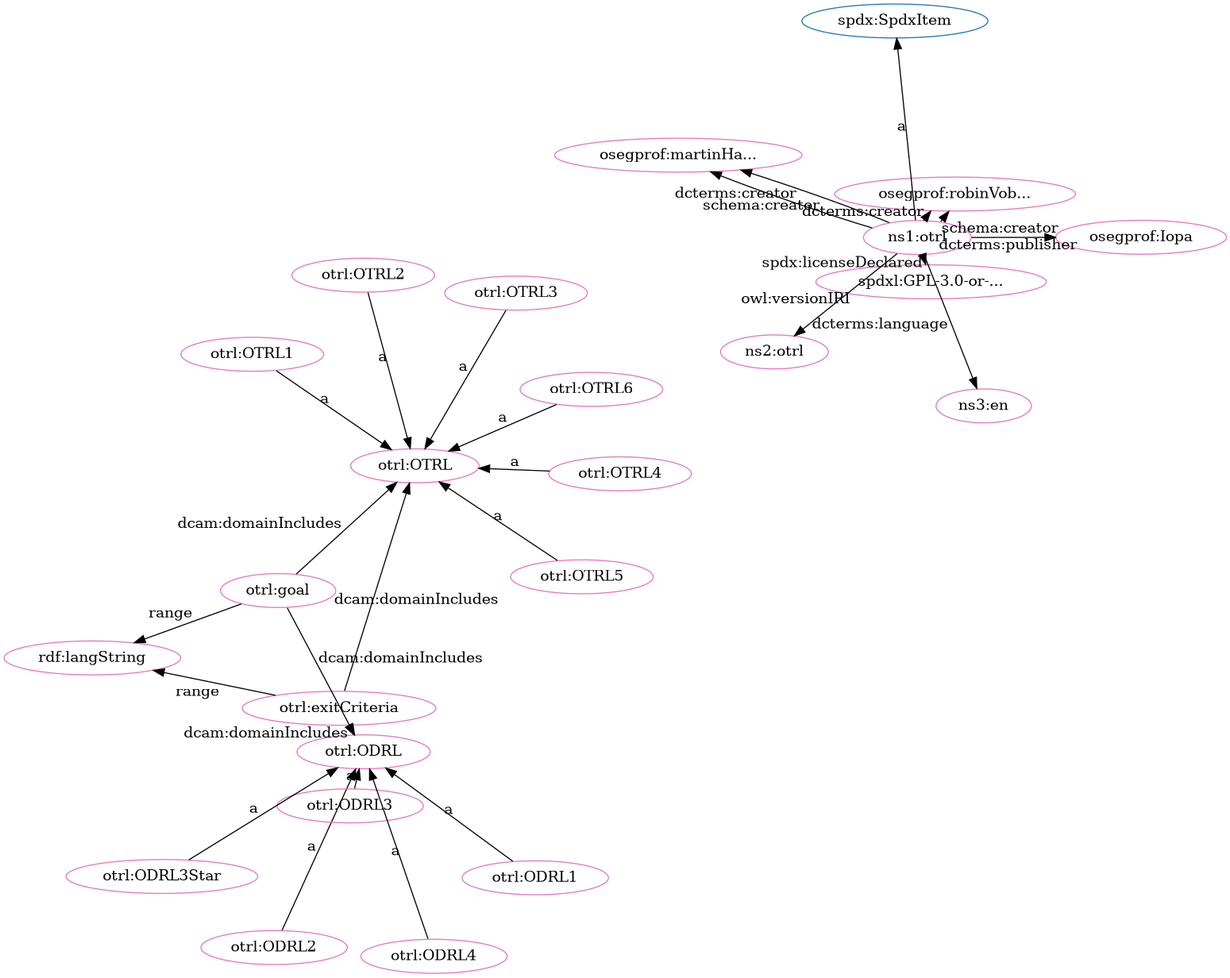
iop-alliance/OpenKnowHow keeps this Graphviz diagram as src/spec/dot_otrl-clean.png. Above is the earlier version. Its source is kept beside it as src/spec/dot_otrl-clean.dot.
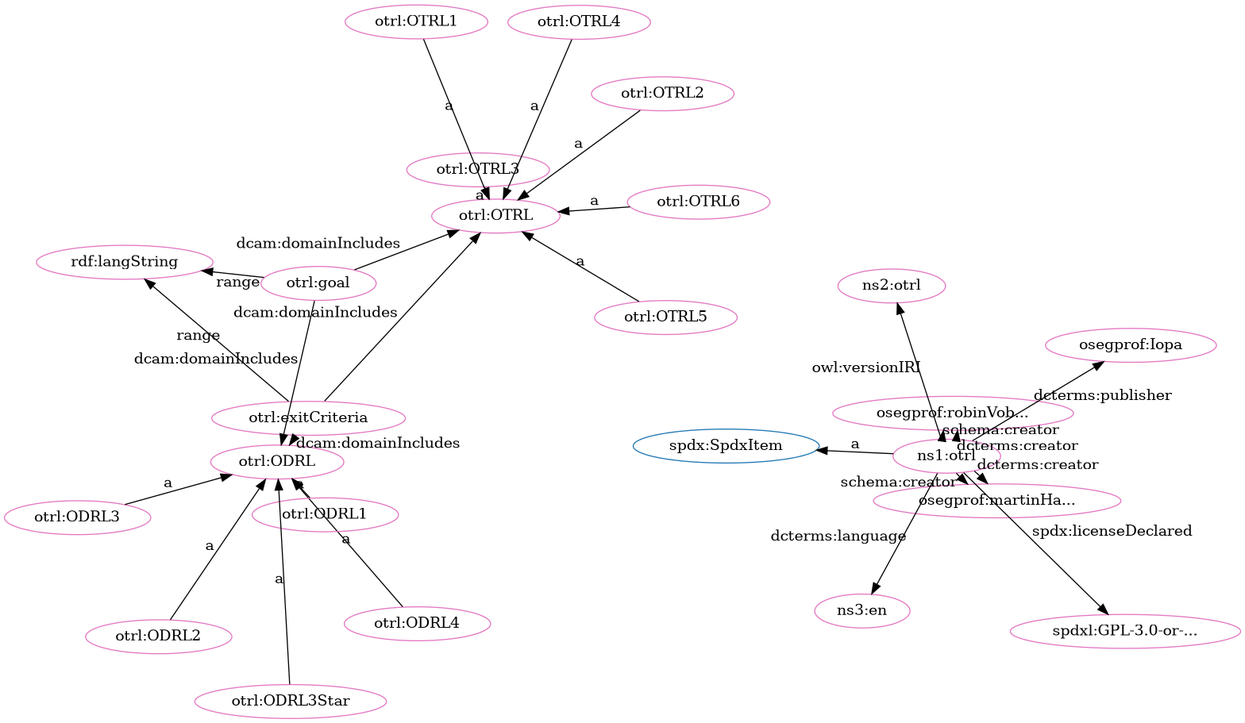
Later version of the same file.

Diff of the diagram source:
```diff
@@ -1,56 +1,56 @@
 digraph G {
   rankdir=BT
   node[height=.3]
-"http://spdx.org/rdf/terms#SpdxItem" [fillcolor="#1f77b4" color="#1f77b4" label="spdx:SpdxItem"]
 "http://w3id.org/oseg/ont/otrl#ODRL" [fillcolor="#1f77b4" color="#1f77b4" label="otrl:ODRL"]
 "http://w3id.org/oseg/ont/otrl#OTRL" [fillcolor="#1f77b4" color="#1f77b4" label="otrl:OTRL"]
+"http://spdx.org/rdf/terms#SpdxItem" [fillcolor="#1f77b4" color="#1f77b4" label="spdx:SpdxItem"]
+"http://w3id.org/oseg/ont/otrl#exitCriteria" [fillcolor="#e377c2" color="#e377c2" label="otrl:exitCriteria"]
+"http://w3id.org/oseg/ont/oseg-profiles#Iopa" [fillcolor="#e377c2" color="#e377c2" label="osegprof:Iopa"]
+"http://w3id.org/oseg/ont/oseg-profiles#martinHaeuer" [fillcolor="#e377c2" color="#e377c2" label="osegprof:martinHa..."]
+"http://w3id.org/oseg/ont/otrl#OTRL3" [fillcolor="#e377c2" color="#e377c2" label="otrl:OTRL3"]
 "http://w3id.org/oseg/ont/oseg-profiles#robinVobruba" [fillcolor="#e377c2" color="#e377c2" label="osegprof:robinVob..."]
+"http://w3id.org/oseg/ont/otrl#ODRL3" [fillcolor="#e377c2" color="#e377c2" label="otrl:ODRL3"]
+"http://www.w3.org/1999/02/22-rdf-syntax-ns#langString" [fillcolor="#e377c2" color="#e377c2" label="rdf:langString"]
+"http://w3id.org/oseg/ont/otrl#ODRL" [fillcolor="#e377c2" color="#e377c2" label="otrl:ODRL"]
 "http://w3id.org/oseg/ont/otrl#ODRL2" [fillcolor="#e377c2" color="#e377c2" label="otrl:ODRL2"]
-"http://w3id.org/oseg/ont/otrl#OTRL1" [fillcolor="#e377c2" color="#e377c2" label="otrl:OTRL1"]
-"http://w3id.org/oseg/ont/otrl#exitCriteria" [fillcolor="#e377c2" color="#e377c2" label="otrl:exitCriteria"]
-"http://w3id.org/oseg/ont/otrl#OTRL2" [fillcolor="#e377c2" color="#e377c2" label="otrl:OTRL2"]
-"http://spdx.org/licenses/GPL-3.0-or-later" [fillcolor="#e377c2" color="#e377c2" label="spdxl:GPL-3.0-or-..."]
-"http://w3id.org/oseg/ont/otrl#OTRL" [fillcolor="#e377c2" color="#e377c2" label="otrl:OTRL"]
-"http://w3id.org/oseg/ont/otrl#ODRL" [fillcolor="#e377c2" color="#e377c2" label="otrl:ODRL"]
-"http://w3id.org/oseg/ont/oseg-profiles#martinHaeuer" [fillcolor="#e377c2" color="#e377c2" label="osegprof:martinHa..."]
-"http://w3id.org/oseg/ont/otrl#goal" [fillcolor="#e377c2" color="#e377c2" label="otrl:goal"]
-"http://w3id.org/oseg/ont/otrl#OTRL4" [fillcolor="#e377c2" color="#e377c2" label="otrl:OTRL4"]
-"http://w3id.org/oseg/ont/oseg-profiles#Iopa" [fillcolor="#e377c2" color="#e377c2" label="osegprof:Iopa"]
-"http://w3id.org/oseg/ont/otrl#ODRL3" [fillcolor="#e377c2" color="#e377c2" label="otrl:ODRL3"]
 "http://w3id.org/oseg/ont/otrl" [fillcolor="#e377c2" color="#e377c2" label="ns1:otrl"]
 "http://w3id.org/oseg/ont/1.1.0/otrl" [fillcolor="#e377c2" color="#e377c2" label="ns2:otrl"]
+"http://w3id.org/oseg/ont/otrl#ODRL4" [fillcolor="#e377c2" color="#e377c2" label="otrl:ODRL4"]
+"http://w3id.org/oseg/ont/otrl#ODRL1" [fillcolor="#e377c2" color="#e377c2" label="otrl:ODRL1"]
+"http://w3id.org/oseg/ont/otrl#goal" [fillcolor="#e377c2" color="#e377c2" label="otrl:goal"]
+"http://id.loc.gov/vocabulary/iso639-1/en" [fillcolor="#e377c2" color="#e377c2" label="ns3:en"]
+"http://w3id.org/oseg/ont/otrl#ODRL3Star" [fillcolor="#e377c2" color="#e377c2" label="otrl:ODRL3Star"]
+"http://w3id.org/oseg/ont/otrl#OTRL" [fillcolor="#e377c2" color="#e377c2" label="otrl:OTRL"]
+"http://w3id.org/oseg/ont/otrl#OTRL1" [fillcolor="#e377c2" color="#e377c2" label="otrl:OTRL1"]
+"http://spdx.org/licenses/GPL-3.0-or-later" [fillcolor="#e377c2" color="#e377c2" label="spdxl:GPL-3.0-or-..."]
 "http://w3id.org/oseg/ont/otrl#OTRL5" [fillcolor="#e377c2" color="#e377c2" label="otrl:OTRL5"]
-"http://w3id.org/oseg/ont/otrl#ODRL1" [fillcolor="#e377c2" color="#e377c2" label="otrl:ODRL1"]
-"http://www.w3.org/1999/02/22-rdf-syntax-ns#langString" [fillcolor="#e377c2" color="#e377c2" label="rdf:langString"]
-"http://id.loc.gov/vocabulary/iso639-1/en" [fillcolor="#e377c2" color="#e377c2" label="ns3:en"]
-"http://w3id.org/oseg/ont/otrl#OTRL3" [fillcolor="#e377c2" color="#e377c2" label="otrl:OTRL3"]
 "http://w3id.org/oseg/ont/otrl#OTRL6" [fillcolor="#e377c2" color="#e377c2" label="otrl:OTRL6"]
-"http://w3id.org/oseg/ont/otrl#ODRL3Star" [fillcolor="#e377c2" color="#e377c2" label="otrl:ODRL3Star"]
-"http://w3id.org/oseg/ont/otrl#ODRL4" [fillcolor="#e377c2" color="#e377c2" label="otrl:ODRL4"]
-  "http://w3id.org/oseg/ont/otrl" -> "http://w3id.org/oseg/ont/oseg-profiles#robinVobruba" [label="dcterms:creator"]
-  "http://w3id.org/oseg/ont/otrl#ODRL2" -> "http://w3id.org/oseg/ont/otrl#ODRL" [label="a"]
-  "http://w3id.org/oseg/ont/otrl#OTRL1" -> "http://w3id.org/oseg/ont/otrl#OTRL" [label="a"]
+"http://w3id.org/oseg/ont/otrl#OTRL4" [fillcolor="#e377c2" color="#e377c2" label="otrl:OTRL4"]
+"http://w3id.org/oseg/ont/otrl#OTRL2" [fillcolor="#e377c2" color="#e377c2" label="otrl:OTRL2"]
   "http://w3id.org/oseg/ont/otrl" -> "http://w3id.org/oseg/ont/oseg-profiles#martinHaeuer" [label="dcterms:creator"]
   "http://w3id.org/oseg/ont/otrl" -> "http://w3id.org/oseg/ont/oseg-profiles#robinVobruba" [label="schema:creator"]
+  "http://w3id.org/oseg/ont/otrl#goal" -> "http://w3id.org/oseg/ont/otrl#ODRL" [label="dcam:domainIncludes"]
+  "http://w3id.org/oseg/ont/otrl" -> "http://w3id.org/oseg/ont/1.1.0/otrl" [label="owl:versionIRI"]
+  "http://w3id.org/oseg/ont/otrl#ODRL4" -> "http://w3id.org/oseg/ont/otrl#ODRL" [label="a"]
+  "http://w3id.org/oseg/ont/otrl" -> "http://id.loc.gov/vocabulary/iso639-1/en" [label="dcterms:language"]
+  "http://w3id.org/oseg/ont/otrl#goal" -> "http://w3id.org/oseg/ont/otrl#OTRL" [label="dcam:domainIncludes"]
+  "http://w3id.org/oseg/ont/otrl" -> "http://spdx.org/licenses/GPL-3.0-or-later" [label="spdx:licenseDeclared"]
+  "http://w3id.org/oseg/ont/otrl#OTRL4" -> "http://w3id.org/oseg/ont/otrl#OTRL" [label="a"]
   "http://w3id.org/oseg/ont/otrl" -> "http://w3id.org/oseg/ont/oseg-profiles#Iopa" [label="dcterms:publisher"]
+  "http://w3id.org/oseg/ont/otrl" -> "http://w3id.org/oseg/ont/oseg-profiles#martinHaeuer" [label="schema:creator"]
+  "http://w3id.org/oseg/ont/otrl#OTRL3" -> "http://w3id.org/oseg/ont/otrl#OTRL" [label="a"]
   "http://w3id.org/oseg/ont/otrl#ODRL3" -> "http://w3id.org/oseg/ont/otrl#ODRL" [label="a"]
-  "http://w3id.org/oseg/ont/otrl" -> "http://w3id.org/oseg/ont/1.1.0/otrl" [label="owl:versionIRI"]
+  "http://w3id.org/oseg/ont/otrl" -> "http://w3id.org/oseg/ont/oseg-profiles#robinVobruba" [label="dcterms:creator"]
+  "http://w3id.org/oseg/ont/otrl#goal" -> "http://www.w3.org/1999/02/22-rdf-syntax-ns#langString" [label="range"]
+  "http://w3id.org/oseg/ont/otrl#ODRL2" -> "http://w3id.org/oseg/ont/otrl#ODRL" [label="a"]
+  "http://w3id.org/oseg/ont/otrl#ODRL1" -> "http://w3id.org/oseg/ont/otrl#ODRL" [label="a"]
+  "http://w3id.org/oseg/ont/otrl#exitCriteria" -> "http://w3id.org/oseg/ont/otrl#ODRL" [label="dcam:domainIncludes"]
+  "http://w3id.org/oseg/ont/otrl#ODRL3Star" -> "http://w3id.org/oseg/ont/otrl#ODRL" [label="a"]
+  "http://w3id.org/oseg/ont/otrl" -> "http://spdx.org/rdf/terms#SpdxItem" [label="a"]
+  "http://w3id.org/oseg/ont/otrl#OTRL1" -> "http://w3id.org/oseg/ont/otrl#OTRL" [label="a"]
   "http://w3id.org/oseg/ont/otrl#OTRL5" -> "http://w3id.org/oseg/ont/otrl#OTRL" [label="a"]
-  "http://w3id.org/oseg/ont/otrl" -> "http://w3id.org/oseg/ont/oseg-profiles#martinHaeuer" [label="schema:creator"]
-  "http://w3id.org/oseg/ont/otrl#ODRL1" -> "http://w3id.org/oseg/ont/otrl#ODRL" [label="a"]
-  "http://w3id.org/oseg/ont/otrl" -> "http://spdx.org/rdf/terms#SpdxItem" [label="a"]
   "http://w3id.org/oseg/ont/otrl#OTRL6" -> "http://w3id.org/oseg/ont/otrl#OTRL" [label="a"]
-  "http://w3id.org/oseg/ont/otrl#ODRL3Star" -> "http://w3id.org/oseg/ont/otrl#ODRL" [label="a"]
+  "http://w3id.org/oseg/ont/otrl#exitCriteria" -> "http://www.w3.org/1999/02/22-rdf-syntax-ns#langString" [label="range"]
+  "http://w3id.org/oseg/ont/otrl#exitCriteria" -> "http://w3id.org/oseg/ont/otrl#OTRL" [label="dcam:domainIncludes"]
   "http://w3id.org/oseg/ont/otrl#OTRL2" -> "http://w3id.org/oseg/ont/otrl#OTRL" [label="a"]
-  "http://w3id.org/oseg/ont/otrl" -> "http://spdx.org/licenses/GPL-3.0-or-later" [label="spdx:licenseDeclared"]
-  "http://w3id.org/oseg/ont/otrl#exitCriteria" -> "http://w3id.org/oseg/ont/otrl#OTRL" [label="dcam:domainIncludes"]
-  "http://w3id.org/oseg/ont/otrl#exitCriteria" -> "http://w3id.org/oseg/ont/otrl#ODRL" [label="dcam:domainIncludes"]
-  "http://w3id.org/oseg/ont/otrl#OTRL4" -> "http://w3id.org/oseg/ont/otrl#OTRL" [label="a"]
-  "http://w3id.org/oseg/ont/otrl#goal" -> "http://w3id.org/oseg/ont/otrl#OTRL" [label="dcam:domainIncludes"]
-  "http://w3id.org/oseg/ont/otrl#goal" -> "http://w3id.org/oseg/ont/otrl#ODRL" [label="dcam:domainIncludes"]
-  "http://w3id.org/oseg/ont/otrl#goal" -> "http://www.w3.org/1999/02/22-rdf-syntax-ns#langString" [label="range"]
-  "http://w3id.org/oseg/ont/otrl" -> "http://id.loc.gov/vocabulary/iso639-1/en" [label="dcterms:language"]
-  "http://w3id.org/oseg/ont/otrl#OTRL3" -> "http://w3id.org/oseg/ont/otrl#OTRL" [label="a"]
-  "http://w3id.org/oseg/ont/otrl#exitCriteria" -> "http://www.w3.org/1999/02/22-rdf-syntax-ns#langString" [label="range"]
-  "http://w3id.org/oseg/ont/otrl#ODRL4" -> "http://w3id.org/oseg/ont/otrl#ODRL" [label="a"]
 }
```
